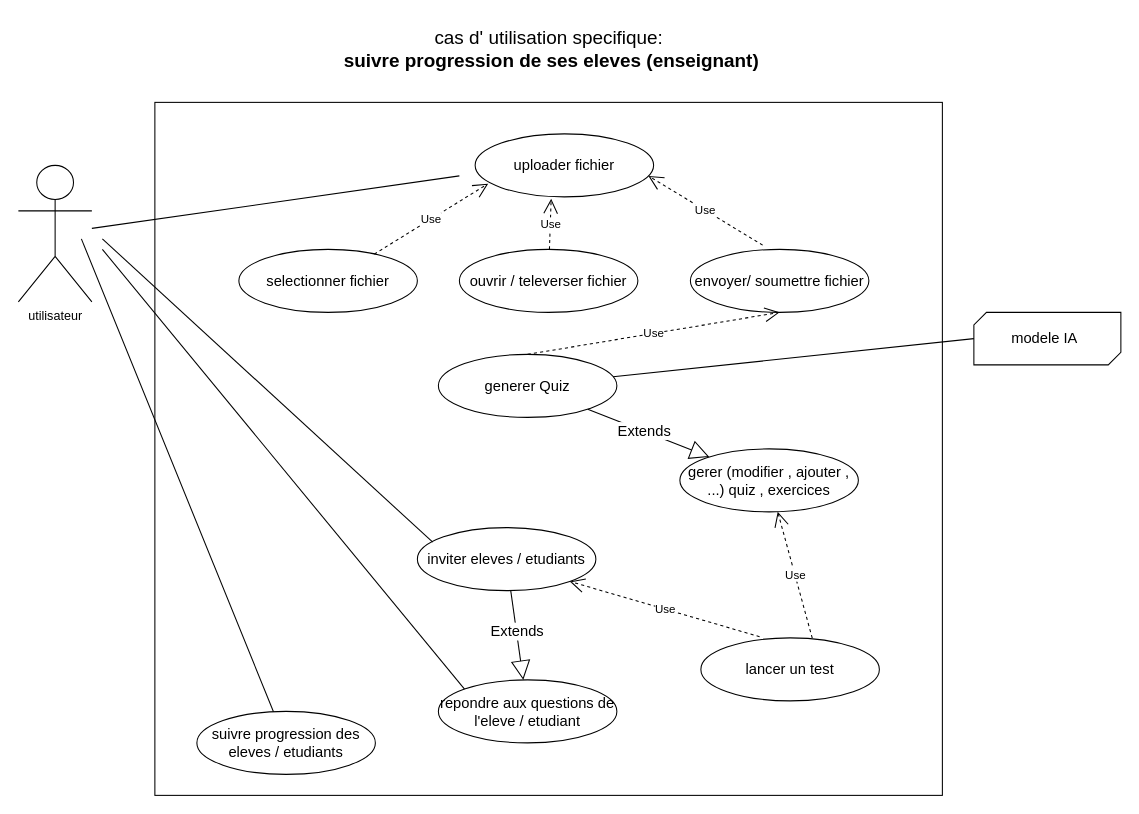
Before: page "Page-4" (4 of 4) of resource/diagrammes uml . MAEL/use case  MAEL.drawio in OIC-Bafoussam/revise-ai, a draw.io diagram. Source tidied: cells renumbered, new cells numbered last; positions are measured from the earlier drawing's top-left corner, leaving out a move shared by most shapes. Both pictures are drawn from the tidied source at 105%, with x=0, y=0 at pixel (18, 18).
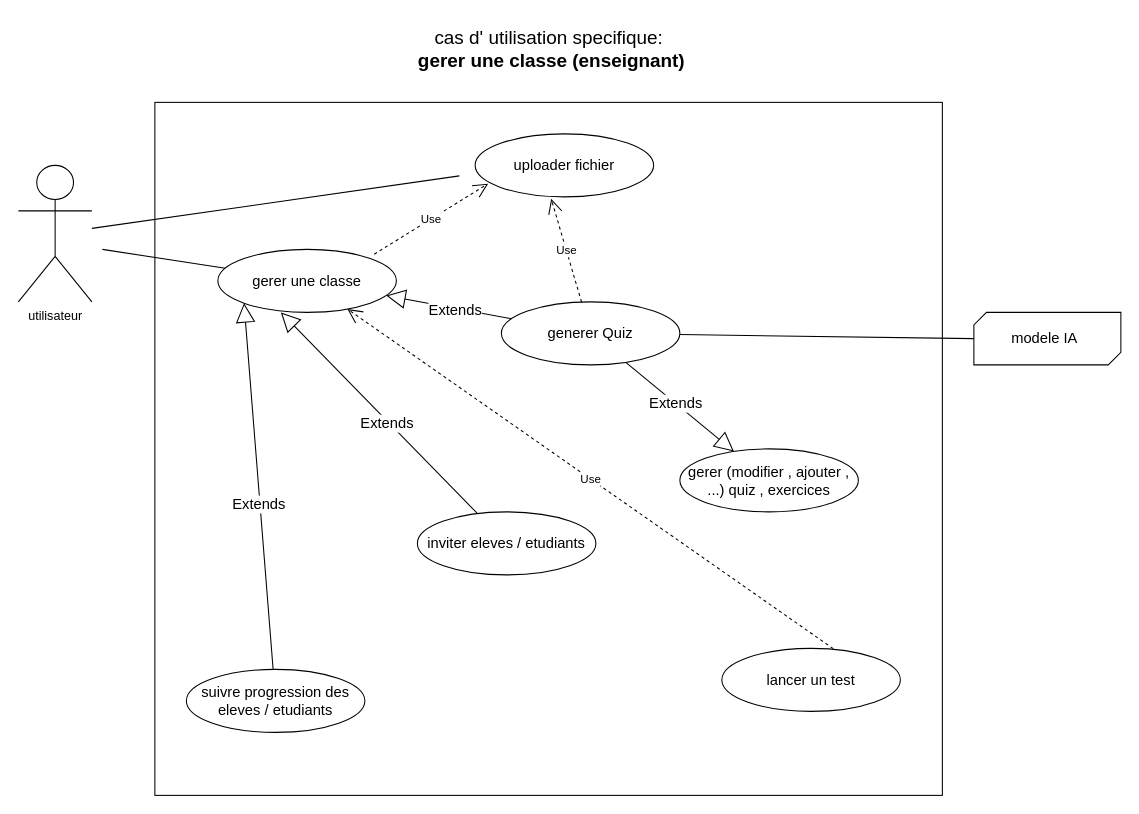
After the change.

Unchanged cells that the change refers to:
```xml
<mxCell id="4" value="&lt;font style=&quot;font-size: 14px;&quot;&gt;uploader fichier&lt;/font&gt;" style="ellipse;whiteSpace=wrap;html=1;" parent="1" vertex="1">
  <mxGeometry x="435" y="110" width="170" height="60" as="geometry" />
</mxCell>
<mxCell id="7" value="&lt;font style=&quot;font-size: 14px;&quot;&gt;gerer (modifier , ajouter , ...) quiz , exercices&lt;/font&gt;" style="ellipse;whiteSpace=wrap;html=1;" parent="1" vertex="1">
  <mxGeometry x="630" y="410" width="170" height="60" as="geometry" />
</mxCell>
```

Change to the diagram source:
```diff
@@
     <mxCell id="5" value="&lt;font style=&quot;font-size: 14px;&quot;&gt;inviter eleves / etudiants&lt;/font&gt;" style="ellipse;whiteSpace=wrap;html=1;" parent="1" vertex="1">
-      <mxGeometry x="380" y="485" width="170" height="60" as="geometry" />
+      <mxGeometry x="380" y="470" width="170" height="60" as="geometry" />
     </mxCell>
-    <mxCell id="6" value="&lt;font style=&quot;font-size: 14px;&quot;&gt;repondre aux questions de l'eleve / etudiant&lt;/font&gt;" style="ellipse;whiteSpace=wrap;html=1;" parent="1" vertex="1">
-      <mxGeometry x="400" y="630" width="170" height="60" as="geometry" />
-    </mxCell>
@@
-    <mxCell id="8" value="&lt;font style=&quot;font-size: 18px;&quot;&gt;cas d' utilisation specifique:&lt;br&gt;&lt;b&gt;&amp;nbsp;suivre progression de ses eleves (enseignant)&lt;/b&gt;&lt;/font&gt;" style="text;html=1;align=center;verticalAlign=middle;strokeColor=none;fillColor=none;fontSize=14;" parent="1" vertex="1">
-      <mxGeometry x="295" width="420" height="60" as="geometry" />
+    <mxCell id="8" value="&lt;font style=&quot;font-size: 18px;&quot;&gt;cas d' utilisation specifique:&lt;br&gt;&lt;b&gt;&amp;nbsp;gerer une classe (enseignant)&lt;/b&gt;&lt;/font&gt;" style="text;html=1;align=center;verticalAlign=middle;strokeColor=none;fillColor=none;fontSize=14;" parent="1" vertex="1">
+      <mxGeometry x="365" width="280" height="60" as="geometry" />
     </mxCell>
-    <mxCell id="9" value="&lt;font style=&quot;font-size: 14px;&quot;&gt;selectionner fichier&lt;/font&gt;" style="ellipse;whiteSpace=wrap;html=1;" parent="1" vertex="1">
-      <mxGeometry x="210" y="220" width="170" height="60" as="geometry" />
-    </mxCell>
-    <mxCell id="10" value="&lt;font style=&quot;font-size: 14px;&quot;&gt;ouvrir / televerser fichier&lt;/font&gt;" style="ellipse;whiteSpace=wrap;html=1;" parent="1" vertex="1">
-      <mxGeometry x="420" y="220" width="170" height="60" as="geometry" />
-    </mxCell>
-    <mxCell id="11" value="&lt;font style=&quot;font-size: 14px;&quot;&gt;envoyer/ soumettre fichier&lt;/font&gt;" style="ellipse;whiteSpace=wrap;html=1;" parent="1" vertex="1">
-      <mxGeometry x="640" y="220" width="170" height="60" as="geometry" />
-    </mxCell>
     <mxCell id="12" value="&lt;font style=&quot;font-size: 14px;&quot;&gt;generer Quiz&lt;/font&gt;" style="ellipse;whiteSpace=wrap;html=1;" parent="1" vertex="1">
-      <mxGeometry x="400" y="320" width="170" height="60" as="geometry" />
+      <mxGeometry x="460" y="270" width="170" height="60" as="geometry" />
     </mxCell>
     <mxCell id="13" value="&lt;font style=&quot;font-size: 14px;&quot;&gt;lancer un test&lt;/font&gt;" style="ellipse;whiteSpace=wrap;html=1;" parent="1" vertex="1">
-      <mxGeometry x="650" y="590" width="170" height="60" as="geometry" />
+      <mxGeometry x="670" y="600" width="170" height="60" as="geometry" />
     </mxCell>
     <mxCell id="14" value="&lt;font style=&quot;font-size: 14px;&quot;&gt;suivre progression des eleves / etudiants&lt;/font&gt;" style="ellipse;whiteSpace=wrap;html=1;" parent="1" vertex="1">
-      <mxGeometry x="170" y="660" width="170" height="60" as="geometry" />
+      <mxGeometry x="160" y="620" width="170" height="60" as="geometry" />
     </mxCell>
-    <mxCell id="15" value="Use" style="endArrow=open;endSize=12;dashed=1;html=1;rounded=0;entryX=0.073;entryY=0.79;entryDx=0;entryDy=0;entryPerimeter=0;exitX=0.758;exitY=0.076;exitDx=0;exitDy=0;exitPerimeter=0;" parent="1" edge="1" source="9" target="4">
-      <mxGeometry relative="1" as="geometry" />
+    <mxCell id="15" value="Use" style="endArrow=open;endSize=12;dashed=1;html=1;rounded=0;entryX=0.073;entryY=0.79;entryDx=0;entryDy=0;entryPerimeter=0;exitX=0.758;exitY=0.076;exitDx=0;exitDy=0;exitPerimeter=0;" parent="1" edge="1" target="4">
+      <mxGeometry relative="1" as="geometry">
+        <mxPoint x="338.9" y="224.6" as="sourcePoint" />
+      </mxGeometry>
     </mxCell>
-    <mxCell id="16" value="Use" style="endArrow=open;endSize=12;dashed=1;html=1;rounded=0;entryX=0.426;entryY=1.029;entryDx=0;entryDy=0;entryPerimeter=0;" parent="1" edge="1" source="10" target="4">
+    <mxCell id="16" value="Use" style="endArrow=open;endSize=12;dashed=1;html=1;rounded=0;entryX=0.426;entryY=1.029;entryDx=0;entryDy=0;entryPerimeter=0;" parent="1" edge="1" source="12" target="4">
       <mxGeometry relative="1" as="geometry" />
     </mxCell>
-    <mxCell id="17" value="Use" style="endArrow=open;endSize=12;dashed=1;html=1;rounded=0;exitX=0.405;exitY=-0.067;exitDx=0;exitDy=0;exitPerimeter=0;" parent="1" edge="1" source="11">
-      <mxGeometry relative="1" as="geometry">
-        <mxPoint x="600" y="150" as="targetPoint" />
-      </mxGeometry>
-    </mxCell>
@@
-    <mxCell id="21" style="endArrow=none;html=1;rounded=0;" parent="1" edge="1" target="14">
-      <mxGeometry relative="1" as="geometry">
-        <mxPoint x="60" y="210" as="sourcePoint" />
-      </mxGeometry>
-    </mxCell>
-    <mxCell id="22" style="endArrow=none;html=1;rounded=0;entryX=0.086;entryY=0.231;entryDx=0;entryDy=0;entryPerimeter=0;" parent="1" edge="1" target="5">
-      <mxGeometry relative="1" as="geometry">
-        <mxPoint x="80" y="210" as="sourcePoint" />
-      </mxGeometry>
-    </mxCell>
-    <mxCell id="23" value="Use" style="endArrow=open;endSize=12;dashed=1;html=1;rounded=0;exitX=0.5;exitY=0;exitDx=0;exitDy=0;entryX=0.5;entryY=1;entryDx=0;entryDy=0;" parent="1" edge="1" source="12" target="11">
-      <mxGeometry relative="1" as="geometry" />
-    </mxCell>
-    <mxCell id="24" value="Use" style="endArrow=open;endSize=12;dashed=1;html=1;rounded=0;exitX=0.624;exitY=0.005;exitDx=0;exitDy=0;exitPerimeter=0;" parent="1" edge="1" source="13" target="7">
+    <mxCell id="24" value="Use" style="endArrow=open;endSize=12;dashed=1;html=1;rounded=0;exitX=0.624;exitY=0.005;exitDx=0;exitDy=0;exitPerimeter=0;" parent="1" edge="1" source="13" target="30">
       <mxGeometry relative="1" as="geometry" />
     </mxCell>
@@
-    <mxCell id="26" value="Use" style="endArrow=open;endSize=12;dashed=1;html=1;rounded=0;entryX=1;entryY=1;entryDx=0;entryDy=0;exitX=0.329;exitY=-0.019;exitDx=0;exitDy=0;exitPerimeter=0;" parent="1" edge="1" source="13" target="5">
-      <mxGeometry relative="1" as="geometry" />
-    </mxCell>
-    <mxCell id="27" value="Extends" style="endArrow=block;endSize=16;endFill=0;html=1;rounded=0;fontSize=14;" parent="1" edge="1" source="5" target="6">
-      <mxGeometry x="-0.09" y="1" relative="1" as="geometry">
-        <mxPoint y="1" as="offset" />
-      </mxGeometry>
-    </mxCell>
-    <mxCell id="28" style="endArrow=none;html=1;rounded=0;entryX=0;entryY=0;entryDx=0;entryDy=0;" parent="1" edge="1" target="6">
-      <mxGeometry relative="1" as="geometry">
-        <mxPoint x="80" y="220" as="sourcePoint" />
-      </mxGeometry>
-    </mxCell>
@@
+    <mxCell id="30" value="&lt;font style=&quot;font-size: 14px;&quot;&gt;gerer une classe&lt;/font&gt;" style="ellipse;whiteSpace=wrap;html=1;" parent="1" vertex="1">
+      <mxGeometry x="190" y="220" width="170" height="60" as="geometry" />
+    </mxCell>
+    <mxCell id="31" value="Extends" style="endArrow=block;endSize=16;endFill=0;html=1;rounded=0;fontSize=14;" parent="1" edge="1" source="12" target="30">
+      <mxGeometry x="-0.09" y="1" relative="1" as="geometry">
+        <mxPoint y="1" as="offset" />
+      </mxGeometry>
+    </mxCell>
+    <mxCell id="32" value="Extends" style="endArrow=block;endSize=16;endFill=0;html=1;rounded=0;fontSize=14;" parent="1" edge="1" source="5">
+      <mxGeometry x="-0.09" y="1" relative="1" as="geometry">
+        <mxPoint x="250" y="280" as="targetPoint" />
+        <mxPoint y="1" as="offset" />
+      </mxGeometry>
+    </mxCell>
+    <mxCell id="33" style="endArrow=none;html=1;rounded=0;" parent="1" edge="1" target="30">
+      <mxGeometry relative="1" as="geometry">
+        <mxPoint x="80" y="220" as="sourcePoint" />
+      </mxGeometry>
+    </mxCell>
+    <mxCell id="34" value="Extends" style="endArrow=block;endSize=16;endFill=0;html=1;rounded=0;fontSize=14;entryX=0;entryY=1;entryDx=0;entryDy=0;" parent="1" edge="1" source="14" target="30">
+      <mxGeometry x="-0.09" y="1" relative="1" as="geometry">
+        <mxPoint y="1" as="offset" />
+      </mxGeometry>
+    </mxCell>
```
